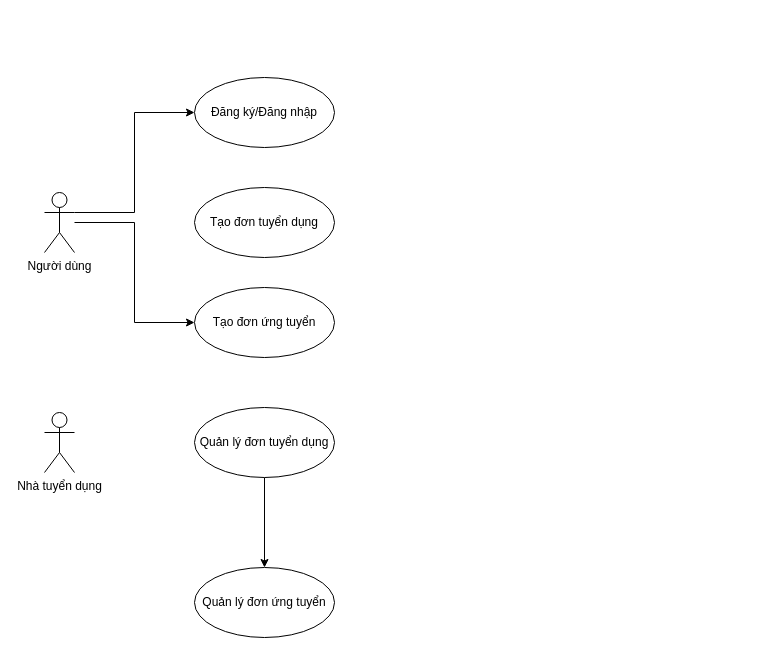
LeeTaDa/LeTatDat keeps this draw.io diagram as DacTaUSECASE.drawio. Above is the earlier version. Source tidied: cells renumbered, new cells numbered last; positions are measured from the earlier drawing's top-left corner, leaving out a move shared by most shapes. Both pictures are drawn from the tidied source at 100%, with x=0, y=0 at pixel (44, 77).
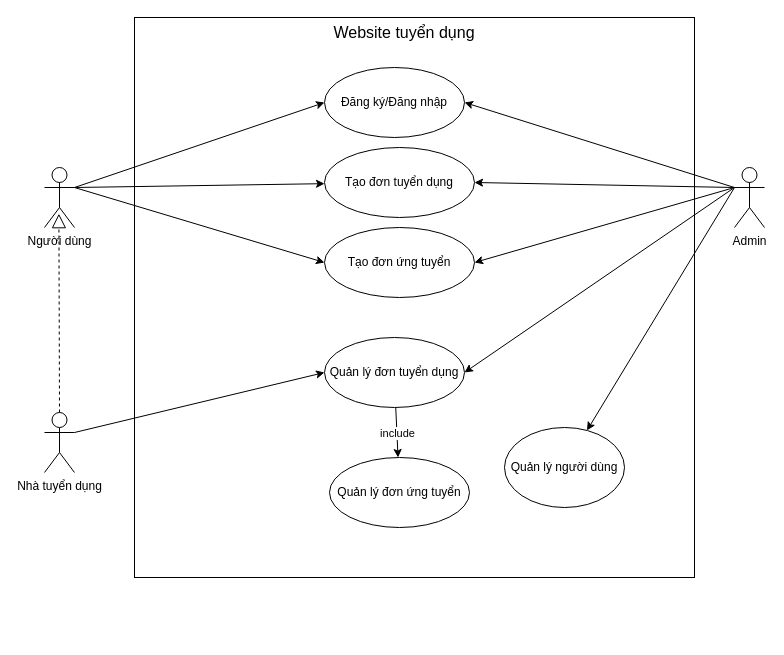
The same page after the edit.

The change refers to these unchanged cells:
```xml
<mxCell id="11" value="Nhà tuyển dụng" style="shape=umlActor;verticalLabelPosition=bottom;verticalAlign=top;html=1;" parent="1" vertex="1">
  <mxGeometry y="335" width="30" height="60" as="geometry" />
</mxCell>
```

The edit, as a diff of the source:
```diff
@@
+    <mxCell id="12" style="whiteSpace=wrap;html=1;" parent="1" vertex="1">
+      <mxGeometry x="90" y="-60" width="560" height="560" as="geometry" />
+    </mxCell>
-    <mxCell id="2" style="edgeStyle=orthogonalEdgeStyle;rounded=0;jettySize=auto;html=1;exitX=1;exitY=0.3333333333333333;exitDx=0;exitDy=0;exitPerimeter=0;entryX=0;entryY=0.5;entryDx=0;entryDy=0;" parent="1" edge="1" source="4" target="5">
+    <mxCell id="2" style="rounded=0;jettySize=auto;html=1;exitX=1;exitY=0.3333333333333333;exitDx=0;exitDy=0;exitPerimeter=0;entryX=0;entryY=0.5;entryDx=0;entryDy=0;" parent="1" edge="1" source="4" target="5">
       <mxGeometry relative="1" as="geometry" />
     </mxCell>
-    <mxCell id="3" style="edgeStyle=orthogonalEdgeStyle;rounded=0;jettySize=auto;html=1;entryX=0;entryY=0.5;entryDx=0;entryDy=0;" parent="1" edge="1" source="4" target="7">
+    <mxCell id="3" style="rounded=0;jettySize=auto;html=1;entryX=0;entryY=0.5;entryDx=0;entryDy=0;exitX=1;exitY=0.3333333333333333;exitDx=0;exitDy=0;exitPerimeter=0;" parent="1" edge="1" source="4" target="7">
       <mxGeometry relative="1" as="geometry" />
     </mxCell>
     <mxCell id="4" value="Người dùng&lt;div&gt;&lt;br&gt;&lt;/div&gt;" style="shape=umlActor;verticalLabelPosition=bottom;verticalAlign=top;html=1;" parent="1" vertex="1">
-      <mxGeometry y="115" width="30" height="60" as="geometry" />
+      <mxGeometry y="90" width="30" height="60" as="geometry" />
     </mxCell>
     <mxCell id="5" value="Đăng ký/Đăng nhập" style="ellipse;whiteSpace=wrap;html=1;" parent="1" vertex="1">
-      <mxGeometry x="150" width="140" height="70" as="geometry" />
+      <mxGeometry x="280" y="-10" width="140" height="70" as="geometry" />
     </mxCell>
     <mxCell id="6" value="Tạo đơn tuyển dụng" style="ellipse;whiteSpace=wrap;html=1;" parent="1" vertex="1">
-      <mxGeometry x="150" y="110" width="140" height="70" as="geometry" />
+      <mxGeometry x="280" y="70" width="150" height="70" as="geometry" />
     </mxCell>
     <mxCell id="7" value="Tạo đơn ứng tuyển" style="ellipse;whiteSpace=wrap;html=1;" parent="1" vertex="1">
-      <mxGeometry x="150" y="210" width="140" height="70" as="geometry" />
+      <mxGeometry x="280" y="150" width="150" height="70" as="geometry" />
     </mxCell>
-    <mxCell id="8" style="edgeStyle=orthogonalEdgeStyle;rounded=0;jettySize=auto;html=1;" parent="1" edge="1" source="9" target="10">
+    <mxCell id="8" style="rounded=0;jettySize=auto;html=1;" parent="1" edge="1" source="9" target="10">
       <mxGeometry relative="1" as="geometry" />
     </mxCell>
+    <mxCell id="13" value="include" style="edgeLabel;html=1;align=center;verticalAlign=middle;" parent="8" vertex="1">
+      <mxGeometry x="0.02" y="8" relative="1" as="geometry">
+        <mxPoint x="-8" as="offset" />
+      </mxGeometry>
+    </mxCell>
     <mxCell id="9" value="Quản lý đơn tuyển dụng" style="ellipse;whiteSpace=wrap;html=1;" parent="1" vertex="1">
-      <mxGeometry x="150" y="330" width="140" height="70" as="geometry" />
+      <mxGeometry x="280" y="260" width="140" height="70" as="geometry" />
     </mxCell>
     <mxCell id="10" value="Quản lý đơn ứng tuyển" style="ellipse;whiteSpace=wrap;html=1;" parent="1" vertex="1">
-      <mxGeometry x="150" y="490" width="140" height="70" as="geometry" />
+      <mxGeometry x="285" y="380" width="140" height="70" as="geometry" />
     </mxCell>
+    <mxCell id="14" style="rounded=0;jettySize=auto;html=1;exitX=1;exitY=0.3333333333333333;exitDx=0;exitDy=0;exitPerimeter=0;entryX=0;entryY=0.5;entryDx=0;entryDy=0;" parent="1" edge="1" source="11" target="9">
+      <mxGeometry relative="1" as="geometry" />
+    </mxCell>
@@
+    <mxCell id="15" style="rounded=0;jettySize=auto;html=1;jumpStyle=none;exitX=1;exitY=0.3333333333333333;exitDx=0;exitDy=0;exitPerimeter=0;" parent="1" edge="1" source="4" target="6">
+      <mxGeometry relative="1" as="geometry" />
+    </mxCell>
+    <mxCell id="16" style="endArrow=block;dashed=1;endFill=0;endSize=12;html=1;rounded=0;exitX=0.5;exitY=0;exitDx=0;exitDy=0;exitPerimeter=0;entryX=0.48;entryY=0.77;entryDx=0;entryDy=0;entryPerimeter=0;" parent="1" edge="1" source="11" target="4">
+      <mxGeometry relative="1" as="geometry" />
+    </mxCell>
+    <mxCell id="17" value="Website tuyển dụng" style="text;html=1;align=center;verticalAlign=middle;whiteSpace=wrap;rounded=0;fontSize=16;" parent="1" vertex="1">
+      <mxGeometry x="230" y="-60" width="260" height="30" as="geometry" />
+    </mxCell>
+    <mxCell id="18" style="rounded=0;jettySize=auto;html=1;entryX=1;entryY=0.5;entryDx=0;entryDy=0;" parent="1" edge="1" target="9">
+      <mxGeometry relative="1" as="geometry">
+        <mxPoint x="690" y="110" as="sourcePoint" />
+      </mxGeometry>
+    </mxCell>
+    <mxCell id="19" style="rounded=0;jettySize=auto;html=1;entryX=1;entryY=0.5;entryDx=0;entryDy=0;exitX=0;exitY=0.3333333333333333;exitDx=0;exitDy=0;exitPerimeter=0;" parent="1" edge="1" source="22" target="5">
+      <mxGeometry relative="1" as="geometry" />
+    </mxCell>
+    <mxCell id="20" style="rounded=0;jettySize=auto;html=1;entryX=1;entryY=0.5;entryDx=0;entryDy=0;exitX=0;exitY=0.3333333333333333;exitDx=0;exitDy=0;exitPerimeter=0;" parent="1" edge="1" source="22" target="6">
+      <mxGeometry relative="1" as="geometry" />
+    </mxCell>
+    <mxCell id="21" style="rounded=0;jettySize=auto;html=1;entryX=1;entryY=0.5;entryDx=0;entryDy=0;exitX=0;exitY=0.3333333333333333;exitDx=0;exitDy=0;exitPerimeter=0;" parent="1" edge="1" source="22" target="7">
+      <mxGeometry relative="1" as="geometry" />
+    </mxCell>
+    <mxCell id="22" value="Admin" style="shape=umlActor;verticalLabelPosition=bottom;verticalAlign=top;html=1;outlineConnect=0;" parent="1" vertex="1">
+      <mxGeometry x="690" y="90" width="30" height="60" as="geometry" />
+    </mxCell>
+    <mxCell id="23" value="Quản lý người dùng" style="ellipse;whiteSpace=wrap;html=1;" parent="1" vertex="1">
+      <mxGeometry x="460" y="350" width="120" height="80" as="geometry" />
+    </mxCell>
+    <mxCell id="24" style="rounded=0;jettySize=auto;html=1;exitX=0;exitY=0.3333333333333333;exitDx=0;exitDy=0;exitPerimeter=0;" parent="1" edge="1" source="22" target="23">
+      <mxGeometry relative="1" as="geometry" />
+    </mxCell>
```
